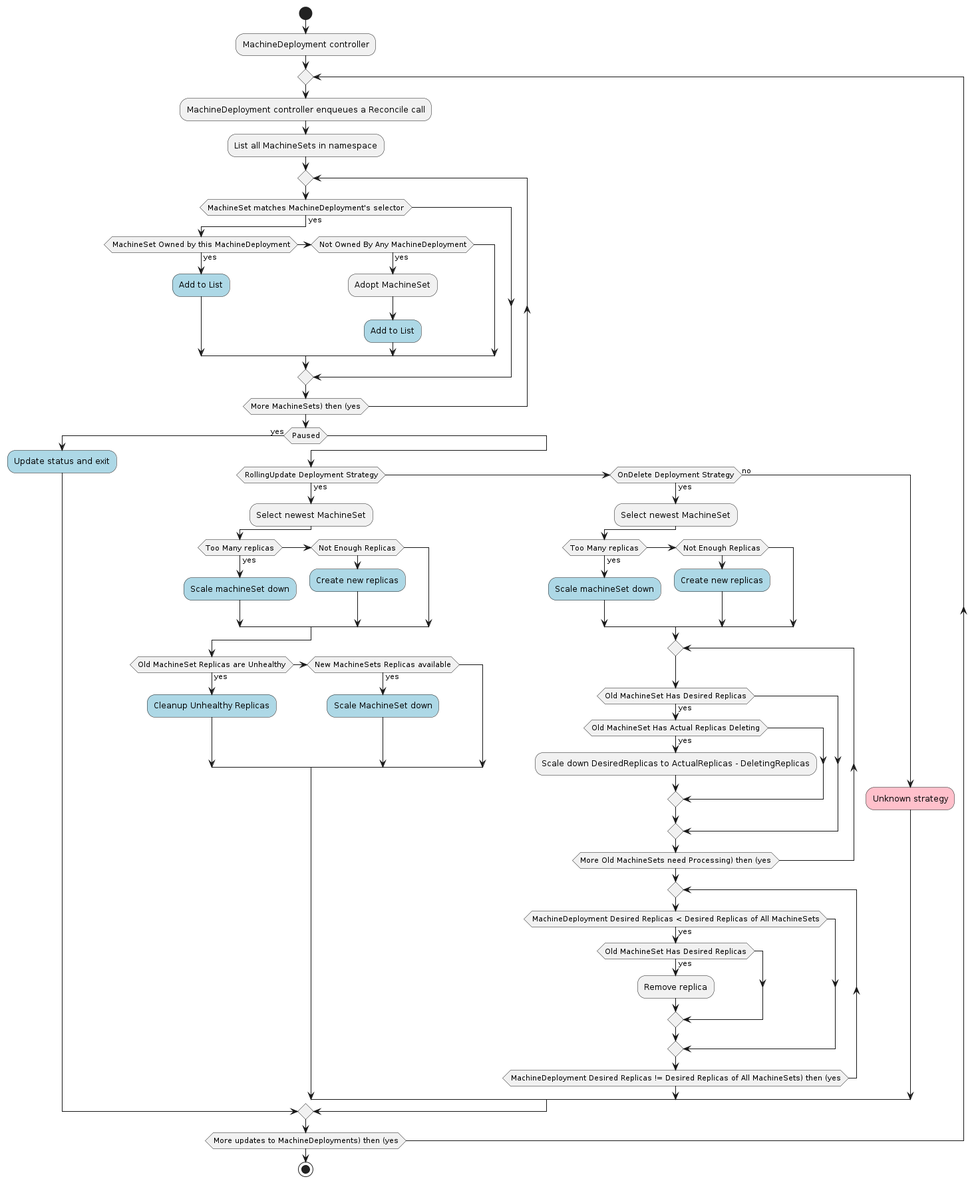
Above: docs/book/src/images/cluster-admission-machinedeployment-controller.png in kubernetes-sigs/cluster-api (PlantUML), before the change.
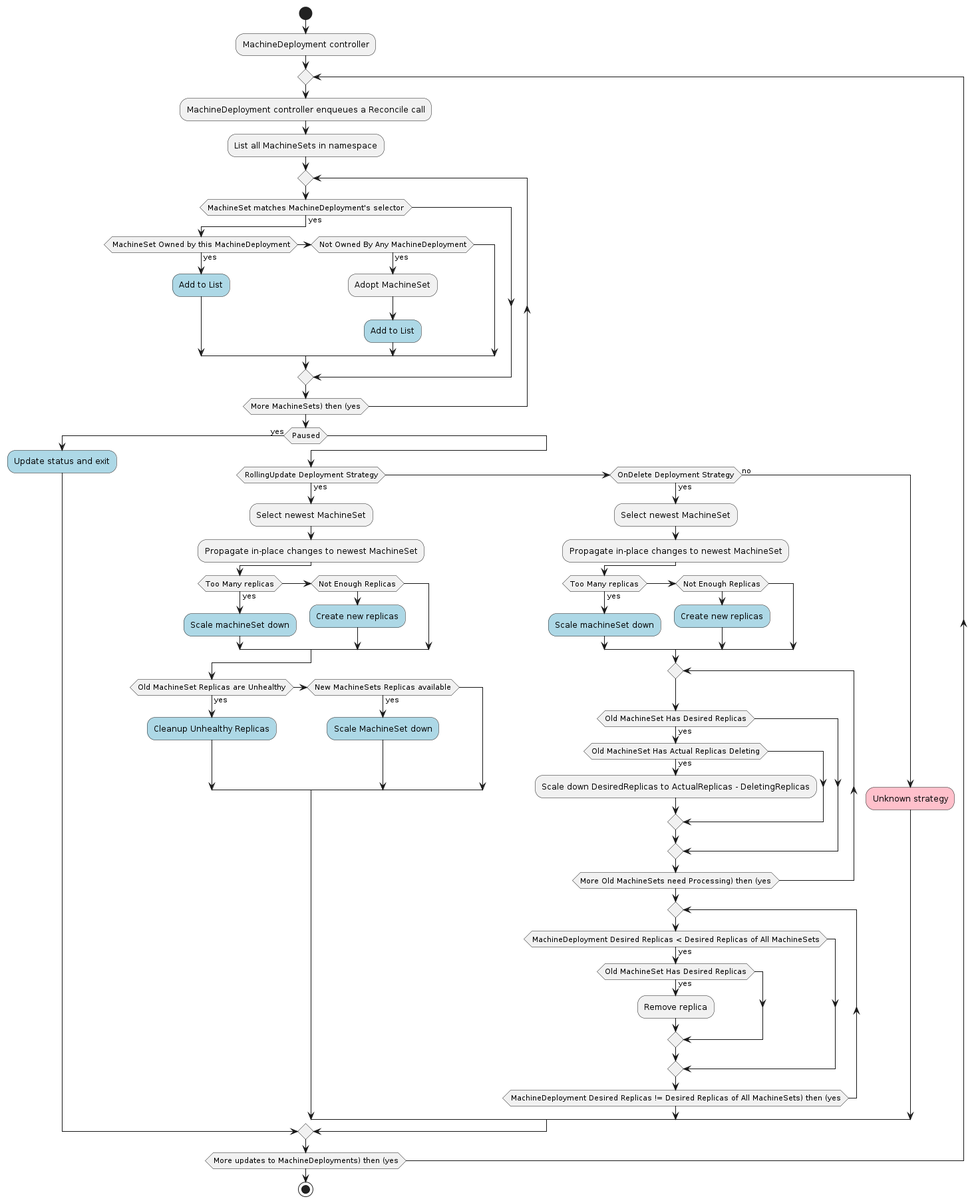
The same diagram one commit later.

Commit message:
update book on in-place propagation

Change to the diagram source:
```diff
@@ -21,6 +21,7 @@
   else
     if (RollingUpdate Deployment Strategy) then (yes)
       :Select newest MachineSet;
+      :Propagate in-place changes to newest MachineSet;
       if (Too Many replicas) then (yes)
         #LightBlue:Scale machineSet down;
       elseif (Not Enough Replicas)
@@ -33,6 +34,7 @@
       endif
     elseif (OnDelete Deployment Strategy) then (yes)
       :Select newest MachineSet;
+      :Propagate in-place changes to newest MachineSet;
       if (Too Many replicas) then (yes)
         #LightBlue:Scale machineSet down;
       elseif (Not Enough Replicas)
```
